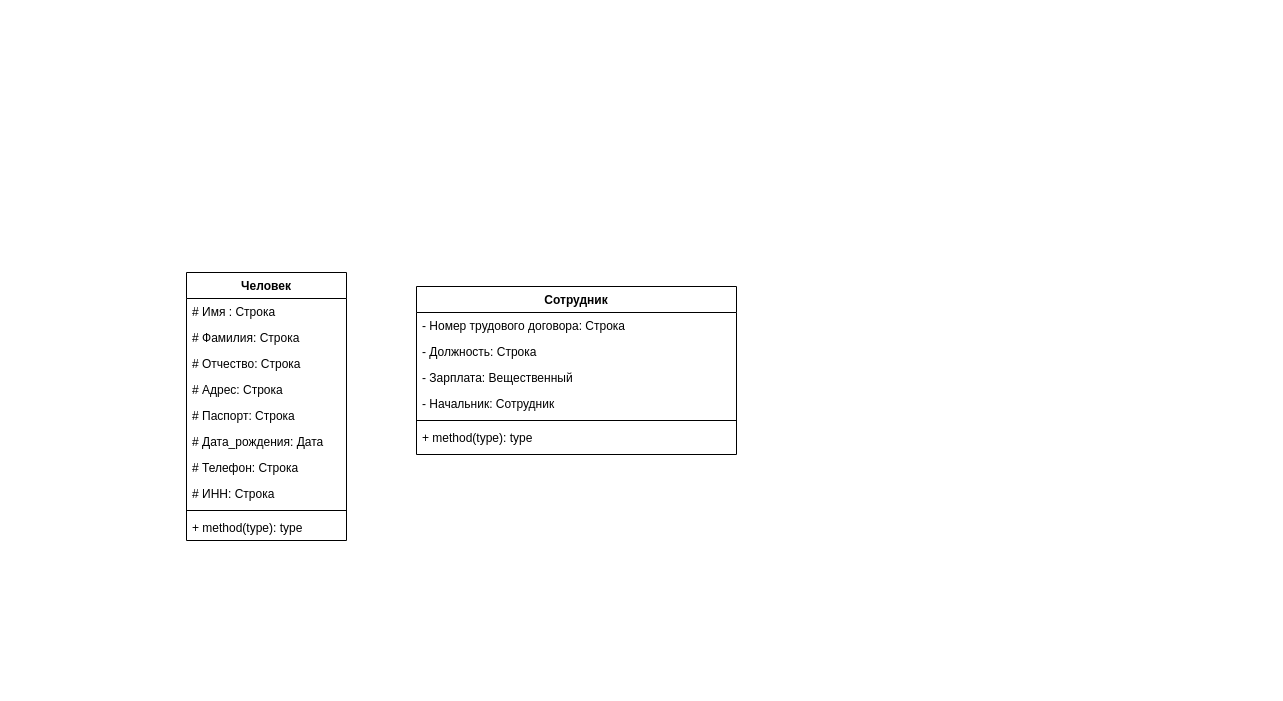
Above: IS_IS/Untitled Diagram.drawio in Suvorovm/DB--Labs (draw.io), before the change. Source tidied: cells renumbered, new cells numbered last; positions are measured from the earlier drawing's top-left corner, leaving out a move shared by most shapes. Both pictures are drawn from the tidied source at 100%, with x=0, y=0 at pixel (186, 272).
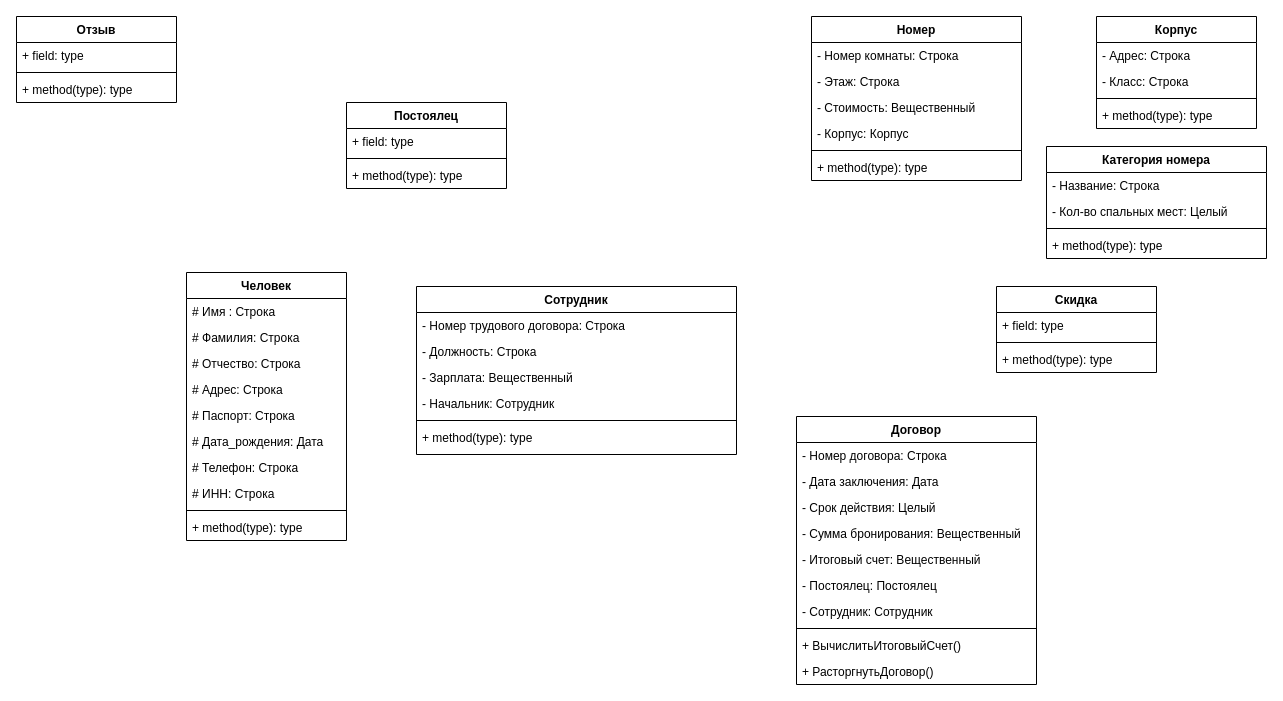
The same page after the edit.

The edit, as a diff of the source:
```diff
@@
+    <mxCell id="20" value="Номер" style="swimlane;fontStyle=1;align=center;verticalAlign=top;horizontal=1;startSize=26;" parent="1" vertex="1">
+      <mxGeometry x="625" y="-256" width="210" height="164" as="geometry" />
+    </mxCell>
+    <mxCell id="21" value="- Номер комнаты: Строка" style="text;strokeColor=none;fillColor=none;align=left;verticalAlign=top;spacingLeft=4;spacingRight=4;overflow=hidden;" parent="20" vertex="1">
+      <mxGeometry y="26" width="210" height="26" as="geometry" />
+    </mxCell>
+    <mxCell id="22" value="- Этаж: Строка" style="text;strokeColor=none;fillColor=none;align=left;verticalAlign=top;spacingLeft=4;spacingRight=4;overflow=hidden;" parent="20" vertex="1">
+      <mxGeometry y="52" width="210" height="26" as="geometry" />
+    </mxCell>
+    <mxCell id="23" value="- Стоимость: Вещественный" style="text;strokeColor=none;fillColor=none;align=left;verticalAlign=top;spacingLeft=4;spacingRight=4;overflow=hidden;" parent="20" vertex="1">
+      <mxGeometry y="78" width="210" height="26" as="geometry" />
+    </mxCell>
+    <mxCell id="24" value="- Корпус: Корпус" style="text;strokeColor=none;fillColor=none;align=left;verticalAlign=top;spacingLeft=4;spacingRight=4;overflow=hidden;" parent="20" vertex="1">
+      <mxGeometry y="104" width="210" height="26" as="geometry" />
+    </mxCell>
+    <mxCell id="25" style="line;strokeWidth=1;fillColor=none;align=left;verticalAlign=middle;spacingTop=-1;spacingLeft=3;spacingRight=3;labelPosition=right;" parent="20" vertex="1">
+      <mxGeometry y="130" width="210" height="8" as="geometry" />
+    </mxCell>
+    <mxCell id="26" value="+ method(type): type" style="text;strokeColor=none;fillColor=none;align=left;verticalAlign=top;spacingLeft=4;spacingRight=4;overflow=hidden;" parent="20" vertex="1">
+      <mxGeometry y="138" width="210" height="26" as="geometry" />
+    </mxCell>
@@
+    <mxCell id="27" value="Отзыв" style="swimlane;fontStyle=1;align=center;verticalAlign=top;horizontal=1;startSize=26;" parent="1" vertex="1">
+      <mxGeometry x="-170" y="-256" width="160" height="86" as="geometry" />
+    </mxCell>
+    <mxCell id="28" value="+ field: type" style="text;strokeColor=none;fillColor=none;align=left;verticalAlign=top;spacingLeft=4;spacingRight=4;overflow=hidden;" parent="27" vertex="1">
+      <mxGeometry y="26" width="160" height="26" as="geometry" />
+    </mxCell>
+    <mxCell id="29" style="line;strokeWidth=1;fillColor=none;align=left;verticalAlign=middle;spacingTop=-1;spacingLeft=3;spacingRight=3;labelPosition=right;" parent="27" vertex="1">
+      <mxGeometry y="52" width="160" height="8" as="geometry" />
+    </mxCell>
+    <mxCell id="30" value="+ method(type): type" style="text;strokeColor=none;fillColor=none;align=left;verticalAlign=top;spacingLeft=4;spacingRight=4;overflow=hidden;" parent="27" vertex="1">
+      <mxGeometry y="60" width="160" height="26" as="geometry" />
+    </mxCell>
+    <mxCell id="31" value="Корпус" style="swimlane;fontStyle=1;align=center;verticalAlign=top;horizontal=1;startSize=26;" parent="1" vertex="1">
+      <mxGeometry x="910" y="-256" width="160" height="112" as="geometry" />
+    </mxCell>
+    <mxCell id="32" value="- Адрес: Строка" style="text;strokeColor=none;fillColor=none;align=left;verticalAlign=top;spacingLeft=4;spacingRight=4;overflow=hidden;" parent="31" vertex="1">
+      <mxGeometry y="26" width="160" height="26" as="geometry" />
+    </mxCell>
+    <mxCell id="33" value="- Класс: Строка " style="text;strokeColor=none;fillColor=none;align=left;verticalAlign=top;spacingLeft=4;spacingRight=4;overflow=hidden;" parent="31" vertex="1">
+      <mxGeometry y="52" width="160" height="26" as="geometry" />
+    </mxCell>
+    <mxCell id="34" style="line;strokeWidth=1;fillColor=none;align=left;verticalAlign=middle;spacingTop=-1;spacingLeft=3;spacingRight=3;labelPosition=right;" parent="31" vertex="1">
+      <mxGeometry y="78" width="160" height="8" as="geometry" />
+    </mxCell>
+    <mxCell id="35" value="+ method(type): type" style="text;strokeColor=none;fillColor=none;align=left;verticalAlign=top;spacingLeft=4;spacingRight=4;overflow=hidden;" parent="31" vertex="1">
+      <mxGeometry y="86" width="160" height="26" as="geometry" />
+    </mxCell>
+    <mxCell id="36" value="Постоялец" style="swimlane;fontStyle=1;align=center;verticalAlign=top;horizontal=1;startSize=26;" parent="1" vertex="1">
+      <mxGeometry x="160" y="-170" width="160" height="86" as="geometry" />
+    </mxCell>
+    <mxCell id="37" value="+ field: type" style="text;strokeColor=none;fillColor=none;align=left;verticalAlign=top;spacingLeft=4;spacingRight=4;overflow=hidden;" parent="36" vertex="1">
+      <mxGeometry y="26" width="160" height="26" as="geometry" />
+    </mxCell>
+    <mxCell id="38" style="line;strokeWidth=1;fillColor=none;align=left;verticalAlign=middle;spacingTop=-1;spacingLeft=3;spacingRight=3;labelPosition=right;" parent="36" vertex="1">
+      <mxGeometry y="52" width="160" height="8" as="geometry" />
+    </mxCell>
+    <mxCell id="39" value="+ method(type): type" style="text;strokeColor=none;fillColor=none;align=left;verticalAlign=top;spacingLeft=4;spacingRight=4;overflow=hidden;" parent="36" vertex="1">
+      <mxGeometry y="60" width="160" height="26" as="geometry" />
+    </mxCell>
+    <mxCell id="40" value="Скидка" style="swimlane;fontStyle=1;align=center;verticalAlign=top;horizontal=1;startSize=26;" parent="1" vertex="1">
+      <mxGeometry x="810" y="14" width="160" height="86" as="geometry" />
+    </mxCell>
+    <mxCell id="41" value="+ field: type" style="text;strokeColor=none;fillColor=none;align=left;verticalAlign=top;spacingLeft=4;spacingRight=4;overflow=hidden;" parent="40" vertex="1">
+      <mxGeometry y="26" width="160" height="26" as="geometry" />
+    </mxCell>
+    <mxCell id="42" style="line;strokeWidth=1;fillColor=none;align=left;verticalAlign=middle;spacingTop=-1;spacingLeft=3;spacingRight=3;labelPosition=right;" parent="40" vertex="1">
+      <mxGeometry y="52" width="160" height="8" as="geometry" />
+    </mxCell>
+    <mxCell id="43" value="+ method(type): type" style="text;strokeColor=none;fillColor=none;align=left;verticalAlign=top;spacingLeft=4;spacingRight=4;overflow=hidden;" parent="40" vertex="1">
+      <mxGeometry y="60" width="160" height="26" as="geometry" />
+    </mxCell>
+    <mxCell id="44" value="Категория номера" style="swimlane;fontStyle=1;align=center;verticalAlign=top;horizontal=1;startSize=26;" parent="1" vertex="1">
+      <mxGeometry x="860" y="-126" width="220" height="112" as="geometry" />
+    </mxCell>
+    <mxCell id="45" value="- Название: Строка" style="text;strokeColor=none;fillColor=none;align=left;verticalAlign=top;spacingLeft=4;spacingRight=4;overflow=hidden;" parent="44" vertex="1">
+      <mxGeometry y="26" width="220" height="26" as="geometry" />
+    </mxCell>
+    <mxCell id="46" value="- Кол-во спальных мест: Целый" style="text;strokeColor=none;fillColor=none;align=left;verticalAlign=top;spacingLeft=4;spacingRight=4;overflow=hidden;" parent="44" vertex="1">
+      <mxGeometry y="52" width="220" height="26" as="geometry" />
+    </mxCell>
+    <mxCell id="47" style="line;strokeWidth=1;fillColor=none;align=left;verticalAlign=middle;spacingTop=-1;spacingLeft=3;spacingRight=3;labelPosition=right;" parent="44" vertex="1">
+      <mxGeometry y="78" width="220" height="8" as="geometry" />
+    </mxCell>
+    <mxCell id="48" value="+ method(type): type" style="text;strokeColor=none;fillColor=none;align=left;verticalAlign=top;spacingLeft=4;spacingRight=4;overflow=hidden;" parent="44" vertex="1">
+      <mxGeometry y="86" width="220" height="26" as="geometry" />
+    </mxCell>
+    <mxCell id="49" value="Договор" style="swimlane;fontStyle=1;align=center;verticalAlign=top;horizontal=1;startSize=26;" parent="1" vertex="1">
+      <mxGeometry x="610" y="144" width="240" height="268" as="geometry" />
+    </mxCell>
+    <mxCell id="50" value="- Номер договора: Строка" style="text;strokeColor=none;fillColor=none;align=left;verticalAlign=top;spacingLeft=4;spacingRight=4;overflow=hidden;" parent="49" vertex="1">
+      <mxGeometry y="26" width="240" height="26" as="geometry" />
+    </mxCell>
+    <mxCell id="51" value="- Дата заключения: Дата" style="text;strokeColor=none;fillColor=none;align=left;verticalAlign=top;spacingLeft=4;spacingRight=4;overflow=hidden;" parent="49" vertex="1">
+      <mxGeometry y="52" width="240" height="26" as="geometry" />
+    </mxCell>
+    <mxCell id="52" value="- Срок действия: Целый" style="text;strokeColor=none;fillColor=none;align=left;verticalAlign=top;spacingLeft=4;spacingRight=4;overflow=hidden;" parent="49" vertex="1">
+      <mxGeometry y="78" width="240" height="26" as="geometry" />
+    </mxCell>
+    <mxCell id="53" value="- Сумма бронирования: Вещественный" style="text;strokeColor=none;fillColor=none;align=left;verticalAlign=top;spacingLeft=4;spacingRight=4;overflow=hidden;" parent="49" vertex="1">
+      <mxGeometry y="104" width="240" height="26" as="geometry" />
+    </mxCell>
+    <mxCell id="54" value="- Итоговый счет: Вещественный" style="text;strokeColor=none;fillColor=none;align=left;verticalAlign=top;spacingLeft=4;spacingRight=4;overflow=hidden;" parent="49" vertex="1">
+      <mxGeometry y="130" width="240" height="26" as="geometry" />
+    </mxCell>
+    <mxCell id="55" value="- Постоялец: Постоялец" style="text;strokeColor=none;fillColor=none;align=left;verticalAlign=top;spacingLeft=4;spacingRight=4;overflow=hidden;" parent="49" vertex="1">
+      <mxGeometry y="156" width="240" height="26" as="geometry" />
+    </mxCell>
+    <mxCell id="56" value="- Сотрудник: Сотрудник" style="text;strokeColor=none;fillColor=none;align=left;verticalAlign=top;spacingLeft=4;spacingRight=4;overflow=hidden;" parent="49" vertex="1">
+      <mxGeometry y="182" width="240" height="26" as="geometry" />
+    </mxCell>
+    <mxCell id="57" style="line;strokeWidth=1;fillColor=none;align=left;verticalAlign=middle;spacingTop=-1;spacingLeft=3;spacingRight=3;labelPosition=right;" parent="49" vertex="1">
+      <mxGeometry y="208" width="240" height="8" as="geometry" />
+    </mxCell>
+    <mxCell id="58" value="+ ВычислитьИтоговыйСчет()" style="text;strokeColor=none;fillColor=none;align=left;verticalAlign=top;spacingLeft=4;spacingRight=4;overflow=hidden;" parent="49" vertex="1">
+      <mxGeometry y="216" width="240" height="26" as="geometry" />
+    </mxCell>
+    <mxCell id="59" value="+ РасторгнутьДоговор()" style="text;strokeColor=none;fillColor=none;align=left;verticalAlign=top;spacingLeft=4;spacingRight=4;overflow=hidden;" parent="49" vertex="1">
+      <mxGeometry y="242" width="240" height="26" as="geometry" />
+    </mxCell>
```
